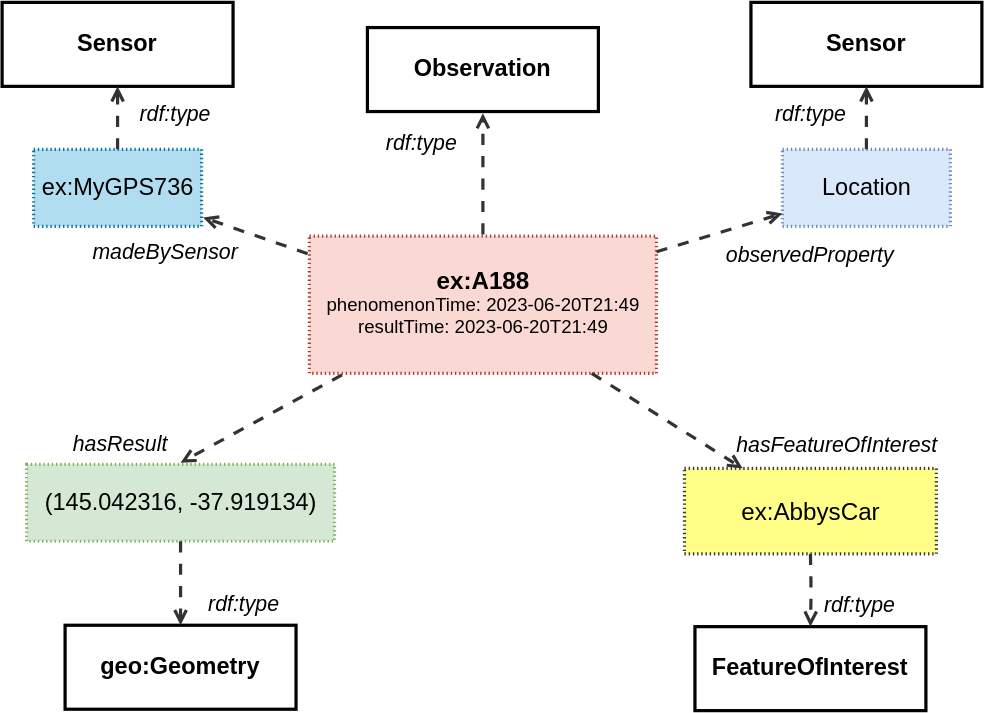
afeliachi/sdw-sosa-ssn keeps this draw.io diagram as ssn/images/GeometryResult.svg. Above is the earlier version. Source tidied: cells renumbered, new cells last; positions are measured from the earlier drawing's top-left corner, leaving out a move shared by most shapes.
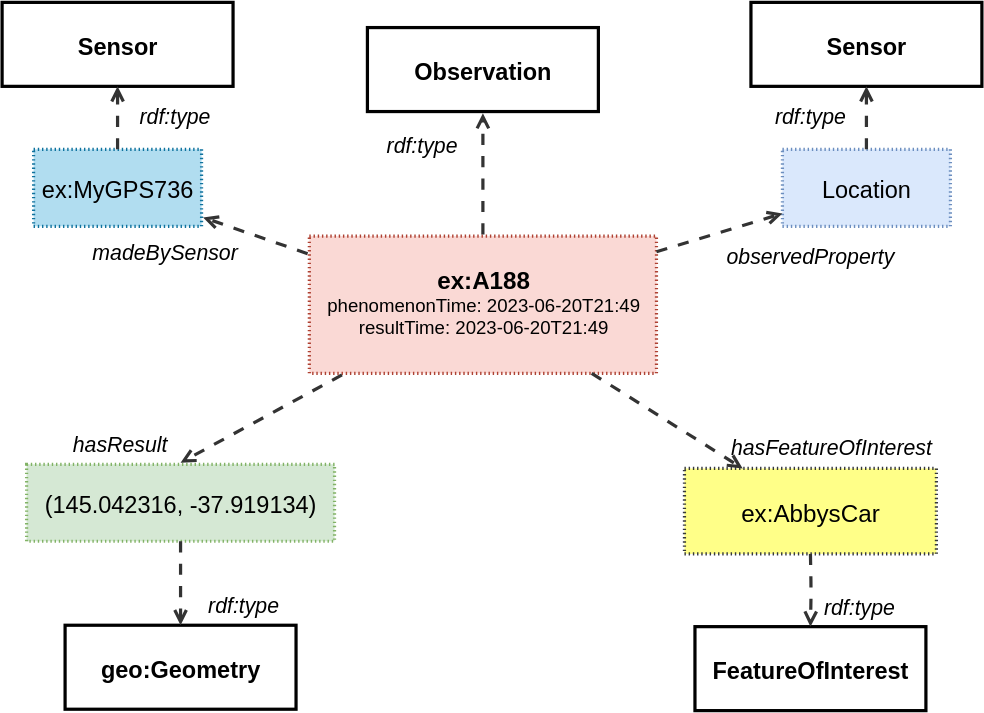
The same file after the commit.

The edit, as a diff of the source:
```diff
@@ -2,90 +2,90 @@
   <root>
     <mxCell id="0" />
     <mxCell id="1" parent="0" />
-    <mxCell id="2" value="&lt;b&gt;Observation&lt;/b&gt;" style="html=1;overflow=block;blockSpacing=1;whiteSpace=wrap;fontSize=16.8;align=center;spacing=0;strokeOpacity=100;fillColor=none;strokeWidth=2.3;" parent="1" vertex="1">
+    <mxCell id="2" value="&lt;b&gt;Observation&lt;/b&gt;" style="html=1;overflow=block;blockSpacing=1;whiteSpace=wrap;fontSize=16.8;align=center;spacing=0;strokeOpacity=100;fillColor=none;strokeWidth=2.3;fontColor=default;convertToSvg=1;" parent="1" vertex="1">
       <mxGeometry x="261" y="18" width="165" height="60" as="geometry" />
     </mxCell>
-    <mxCell id="3" value="&lt;div style=&quot;display: flex; justify-content: center; text-align: center; align-items: baseline; font-size: 0; line-height: 1.25;margin-top: -2px;&quot;&gt;&lt;span&gt;&lt;span style=&quot;font-size:17.3px;font-weight: bold;&quot;&gt;ex:A188&lt;br&gt;&lt;/span&gt;&lt;/span&gt;&lt;/div&gt;&lt;div style=&quot;display: flex; justify-content: center; text-align: center; align-items: baseline; font-size: 0; line-height: 1.25;margin-top: -2px;&quot;&gt;&lt;span&gt;&lt;span style=&quot;font-size:13.3px;&quot;&gt;phenomenonTime: 2023-06-20T21:49&lt;br&gt;resultTime: 2023-06-20T21:49&lt;/span&gt;&lt;/span&gt;&lt;/div&gt;" style="align=center;whiteSpace=wrap;overflow=block;blockSpacing=1;html=1;fontSize=13;spacing=0;strokeOpacity=100;fillOpacity=100;fillColor=#fad9d5;dashed=1;fixDash=1;dashPattern=1 2;strokeWidth=2.3;strokeColor=#ae4132;" parent="1" vertex="1">
+    <mxCell id="3" value="&lt;div style=&quot;display: flex; justify-content: center; text-align: center; align-items: baseline; font-size: 0; line-height: 1.25;margin-top: -2px;&quot;&gt;&lt;span&gt;&lt;span style=&quot;font-size:17.3px;font-weight: bold;&quot;&gt;ex:A188&lt;br&gt;&lt;/span&gt;&lt;/span&gt;&lt;/div&gt;&lt;div style=&quot;display: flex; justify-content: center; text-align: center; align-items: baseline; font-size: 0; line-height: 1.25;margin-top: -2px;&quot;&gt;&lt;span&gt;&lt;span style=&quot;font-size:13.3px;&quot;&gt;phenomenonTime: 2023-06-20T21:49&lt;br&gt;resultTime: 2023-06-20T21:49&lt;/span&gt;&lt;/span&gt;&lt;/div&gt;" style="align=center;whiteSpace=wrap;overflow=block;blockSpacing=1;html=1;fontSize=13;spacing=0;strokeOpacity=100;fillOpacity=100;fillColor=#fad9d5;dashed=1;fixDash=1;dashPattern=1 2;strokeWidth=2.3;strokeColor=#ae4132;fontColor=default;convertToSvg=1;" parent="1" vertex="1">
       <mxGeometry x="219.5" y="167" width="248" height="98" as="geometry" />
     </mxCell>
-    <mxCell id="4" style="html=1;jettySize=18;whiteSpace=wrap;fontSize=13;strokeColor=#333333;strokeOpacity=100;dashed=1;fixDash=1;dashPattern=8 8;strokeWidth=2.3;rounded=1;arcSize=24;edgeStyle=orthogonalEdgeStyle;startArrow=none;endArrow=open;exitX=0.5;exitY=-0.012;exitPerimeter=0;entryX=0.5;entryY=1.019;entryPerimeter=0;lucidId=Z~cNARtLXu1l;" parent="1" edge="1" source="3" target="2">
+    <mxCell id="4" style="html=1;jettySize=18;whiteSpace=wrap;fontSize=13;strokeColor=#333333;strokeOpacity=100;dashed=1;fixDash=1;dashPattern=8 8;strokeWidth=2.3;rounded=1;arcSize=24;edgeStyle=orthogonalEdgeStyle;startArrow=none;endArrow=open;exitX=0.5;exitY=-0.012;exitPerimeter=0;entryX=0.5;entryY=1.019;entryPerimeter=0;lucidId=Z~cNARtLXu1l;fontColor=default;convertToSvg=1;" parent="1" edge="1" source="3" target="2">
       <mxGeometry relative="1" as="geometry" />
     </mxCell>
-    <mxCell id="5" value="rdf:type" style="html=1;overflow=block;blockSpacing=1;whiteSpace=wrap;fontSize=15.2;fontStyle=2;align=center;spacing=0;strokeColor=none;strokeOpacity=100;fillOpacity=100;fillColor=none;strokeWidth=2.3;lucidId=.~cNctn8BtbW;" parent="1" vertex="1">
+    <mxCell id="5" value="rdf:type" style="html=1;overflow=block;blockSpacing=1;whiteSpace=wrap;fontSize=15.2;fontStyle=2;align=center;spacing=0;strokeColor=none;strokeOpacity=100;fillOpacity=100;fillColor=none;strokeWidth=2.3;lucidId=.~cNctn8BtbW;fontColor=default;convertToSvg=1;" parent="1" vertex="1">
       <mxGeometry x="265" y="86" width="70" height="30" as="geometry" />
     </mxCell>
-    <mxCell id="6" value="&lt;span style=&quot;font-weight: normal;&quot;&gt;Location&lt;/span&gt;" style="html=1;overflow=block;blockSpacing=1;whiteSpace=wrap;fontSize=16.8;fontStyle=1;align=center;spacing=0;strokeOpacity=100;fillColor=#dae8fc;dashed=1;fixDash=1;dashPattern=1 2;strokeWidth=2.3;strokeColor=#6c8ebf;" parent="1" vertex="1">
+    <mxCell id="6" value="&lt;span style=&quot;font-weight: normal;&quot;&gt;Location&lt;/span&gt;" style="html=1;overflow=block;blockSpacing=1;whiteSpace=wrap;fontSize=16.8;fontStyle=1;align=center;spacing=0;strokeOpacity=100;fillColor=#dae8fc;dashed=1;fixDash=1;dashPattern=1 2;strokeWidth=2.3;strokeColor=#6c8ebf;fontColor=default;convertToSvg=1;" parent="1" vertex="1">
       <mxGeometry x="557.5" y="105" width="120" height="55" as="geometry" />
     </mxCell>
-    <mxCell id="7" style="html=1;jettySize=18;whiteSpace=wrap;fontSize=13;strokeColor=#333333;strokeOpacity=100;dashed=1;fixDash=1;dashPattern=8 8;strokeWidth=2.3;rounded=0;startArrow=none;endArrow=open;lucidId=YWdNKsD~CTcH;" parent="1" edge="1" source="3" target="6">
+    <mxCell id="7" style="html=1;jettySize=18;whiteSpace=wrap;fontSize=13;strokeColor=#333333;strokeOpacity=100;dashed=1;fixDash=1;dashPattern=8 8;strokeWidth=2.3;rounded=0;startArrow=none;endArrow=open;lucidId=YWdNKsD~CTcH;fontColor=default;convertToSvg=1;" parent="1" edge="1" source="3" target="6">
       <mxGeometry relative="1" as="geometry" />
     </mxCell>
-    <mxCell id="8" value="observedProperty" style="html=1;overflow=block;blockSpacing=1;whiteSpace=wrap;fontSize=15.2;fontStyle=2;align=center;spacing=0;strokeColor=none;strokeOpacity=100;fillOpacity=100;fillColor=none;strokeWidth=2.3;lucidId=jXdNsMHZODJq;" parent="1" vertex="1">
+    <mxCell id="8" value="observedProperty" style="html=1;overflow=block;blockSpacing=1;whiteSpace=wrap;fontSize=15.2;fontStyle=2;align=center;spacing=0;strokeColor=none;strokeOpacity=100;fillOpacity=100;fillColor=none;strokeWidth=2.3;lucidId=jXdNsMHZODJq;fontColor=default;convertToSvg=1;" parent="1" vertex="1">
       <mxGeometry x="510" y="167" width="135" height="27" as="geometry" />
     </mxCell>
-    <mxCell id="9" value="&lt;span style=&quot;font-weight: normal;&quot;&gt;(145.042316, -37.919134)&lt;/span&gt;" style="html=1;overflow=block;blockSpacing=1;whiteSpace=wrap;fontSize=16.8;fontStyle=1;align=center;spacing=0;strokeOpacity=100;fillColor=#d5e8d4;dashed=1;fixDash=1;dashPattern=1 2;strokeWidth=2.3;strokeColor=#82b366;" parent="1" vertex="1">
+    <mxCell id="9" value="&lt;span style=&quot;font-weight: normal;&quot;&gt;(145.042316, -37.919134)&lt;/span&gt;" style="html=1;overflow=block;blockSpacing=1;whiteSpace=wrap;fontSize=16.8;fontStyle=1;align=center;spacing=0;strokeOpacity=100;fillColor=#d5e8d4;dashed=1;fixDash=1;dashPattern=1 2;strokeWidth=2.3;strokeColor=#82b366;fontColor=default;convertToSvg=1;" parent="1" vertex="1">
       <mxGeometry x="17.5" y="330" width="220" height="55" as="geometry" />
     </mxCell>
-    <mxCell id="10" style="html=1;jettySize=18;whiteSpace=wrap;fontSize=13;strokeColor=#333333;strokeOpacity=100;dashed=1;fixDash=1;dashPattern=8 8;strokeWidth=2.3;rounded=0;startArrow=none;endArrow=open;exitX=0.094;exitY=1.012;exitPerimeter=0;entryX=0.5;entryY=-0.021;entryPerimeter=0;lucidId=Q0dNHn4SuzQL;" parent="1" edge="1" source="3" target="9">
+    <mxCell id="10" style="html=1;jettySize=18;whiteSpace=wrap;fontSize=13;strokeColor=#333333;strokeOpacity=100;dashed=1;fixDash=1;dashPattern=8 8;strokeWidth=2.3;rounded=0;startArrow=none;endArrow=open;exitX=0.094;exitY=1.012;exitPerimeter=0;entryX=0.5;entryY=-0.021;entryPerimeter=0;lucidId=Q0dNHn4SuzQL;fontColor=default;convertToSvg=1;" parent="1" edge="1" source="3" target="9">
       <mxGeometry relative="1" as="geometry" />
     </mxCell>
-    <mxCell id="11" value="hasResult" style="html=1;overflow=block;blockSpacing=1;whiteSpace=wrap;fontSize=15.2;fontStyle=2;align=left;spacing=3.8;verticalAlign=top;strokeColor=none;fillOpacity=0;fillColor=#ffffff;dashed=1;fixDash=1;dashPattern=16 6;strokeWidth=0;lucidId=20dNfv0pUrqD;" parent="1" vertex="1">
+    <mxCell id="11" value="hasResult" style="html=1;overflow=block;blockSpacing=1;whiteSpace=wrap;fontSize=15.2;fontStyle=2;align=left;spacing=3.8;verticalAlign=top;strokeColor=none;fillOpacity=0;fillColor=#ffffff;dashed=1;fixDash=1;dashPattern=16 6;strokeWidth=0;lucidId=20dNfv0pUrqD;fontColor=default;convertToSvg=1;" parent="1" vertex="1">
       <mxGeometry x="47.5" y="304" width="111" height="26" as="geometry" />
     </mxCell>
-    <mxCell id="12" value="&lt;span style=&quot;font-weight: normal;&quot;&gt;ex:AbbysCar&lt;/span&gt;" style="html=1;overflow=block;blockSpacing=1;whiteSpace=wrap;fontSize=17.3;fontStyle=1;align=center;spacing=0;strokeOpacity=100;fillOpacity=100;fillColor=#ffff88;dashed=1;fixDash=1;dashPattern=1 2;strokeWidth=2.3;strokeColor=#36393d;" parent="1" vertex="1">
+    <mxCell id="12" value="&lt;span style=&quot;font-weight: normal;&quot;&gt;ex:AbbysCar&lt;/span&gt;" style="html=1;overflow=block;blockSpacing=1;whiteSpace=wrap;fontSize=17.3;fontStyle=1;align=center;spacing=0;strokeOpacity=100;fillOpacity=100;fillColor=#ffff88;dashed=1;fixDash=1;dashPattern=1 2;strokeWidth=2.3;strokeColor=#36393d;fontColor=default;convertToSvg=1;" parent="1" vertex="1">
       <mxGeometry x="487.5" y="333" width="180" height="61" as="geometry" />
     </mxCell>
-    <mxCell id="13" style="html=1;jettySize=18;whiteSpace=wrap;fontSize=13;strokeColor=#333333;strokeOpacity=100;dashed=1;fixDash=1;dashPattern=8 8;strokeWidth=2.3;rounded=0;startArrow=none;endArrow=open;lucidId=UqBQnlehNnxZ;" parent="1" edge="1" source="3" target="12">
+    <mxCell id="13" style="html=1;jettySize=18;whiteSpace=wrap;fontSize=13;strokeColor=#333333;strokeOpacity=100;dashed=1;fixDash=1;dashPattern=8 8;strokeWidth=2.3;rounded=0;startArrow=none;endArrow=open;lucidId=UqBQnlehNnxZ;fontColor=default;convertToSvg=1;" parent="1" edge="1" source="3" target="12">
       <mxGeometry relative="1" as="geometry" />
     </mxCell>
-    <mxCell id="14" value="hasFeatureOfInterest" style="html=1;overflow=block;blockSpacing=1;whiteSpace=wrap;fontSize=15.2;fontStyle=2;align=center;spacing=0;strokeColor=none;strokeOpacity=100;fillOpacity=100;fillColor=none;strokeWidth=2.3;lucidId=5qBQlPLvfrxZ;" parent="1" vertex="1">
+    <mxCell id="14" value="hasFeatureOfInterest" style="html=1;overflow=block;blockSpacing=1;whiteSpace=wrap;fontSize=15.2;fontStyle=2;align=center;spacing=0;strokeColor=none;strokeOpacity=100;fillOpacity=100;fillColor=none;strokeWidth=2.3;lucidId=5qBQlPLvfrxZ;fontColor=default;convertToSvg=1;" parent="1" vertex="1">
       <mxGeometry x="525" y="303" width="135" height="27" as="geometry" />
     </mxCell>
-    <mxCell id="15" value="&lt;span style=&quot;font-weight: normal;&quot;&gt;ex:MyGPS736&lt;/span&gt;" style="html=1;overflow=block;blockSpacing=1;whiteSpace=wrap;fontSize=16.8;fontStyle=1;align=center;spacing=0;strokeOpacity=100;fillOpacity=100;fillColor=#b1ddf0;dashed=1;fixDash=1;dashPattern=1 2;strokeWidth=2.3;strokeColor=#10739e;" parent="1" vertex="1">
+    <mxCell id="15" value="&lt;span style=&quot;font-weight: normal;&quot;&gt;ex:MyGPS736&lt;/span&gt;" style="html=1;overflow=block;blockSpacing=1;whiteSpace=wrap;fontSize=16.8;fontStyle=1;align=center;spacing=0;strokeOpacity=100;fillOpacity=100;fillColor=#b1ddf0;dashed=1;fixDash=1;dashPattern=1 2;strokeWidth=2.3;strokeColor=#10739e;fontColor=default;convertToSvg=1;" parent="1" vertex="1">
       <mxGeometry x="22.5" y="105" width="120" height="55" as="geometry" />
     </mxCell>
-    <mxCell id="16" style="html=1;jettySize=18;whiteSpace=wrap;fontSize=13;strokeColor=#333333;strokeOpacity=100;dashed=1;fixDash=1;dashPattern=8 8;strokeWidth=2.3;rounded=0;startArrow=none;endArrow=open;exitX=-0.005;exitY=0.128;exitPerimeter=0;entryX=1.009;entryY=0.884;entryPerimeter=0;lucidId=xQgvdxiTHCOQ;" parent="1" edge="1" source="3" target="15">
+    <mxCell id="16" style="html=1;jettySize=18;whiteSpace=wrap;fontSize=13;strokeColor=#333333;strokeOpacity=100;dashed=1;fixDash=1;dashPattern=8 8;strokeWidth=2.3;rounded=0;startArrow=none;endArrow=open;exitX=-0.005;exitY=0.128;exitPerimeter=0;entryX=1.009;entryY=0.884;entryPerimeter=0;lucidId=xQgvdxiTHCOQ;fontColor=default;convertToSvg=1;" parent="1" edge="1" source="3" target="15">
       <mxGeometry relative="1" as="geometry" />
     </mxCell>
-    <mxCell id="17" value="madeBySensor" style="html=1;overflow=block;blockSpacing=1;whiteSpace=wrap;fontSize=15.2;fontStyle=2;align=left;spacing=3.8;verticalAlign=top;strokeColor=none;fillOpacity=0;fillColor=#ffffff;dashed=1;fixDash=1;dashPattern=16 6;strokeWidth=0;lucidId=RQgvaJlh.XSx;" parent="1" vertex="1">
+    <mxCell id="17" value="madeBySensor" style="html=1;overflow=block;blockSpacing=1;whiteSpace=wrap;fontSize=15.2;fontStyle=2;align=left;spacing=3.8;verticalAlign=top;strokeColor=none;fillOpacity=0;fillColor=#ffffff;dashed=1;fixDash=1;dashPattern=16 6;strokeWidth=0;lucidId=RQgvaJlh.XSx;fontColor=default;convertToSvg=1;" parent="1" vertex="1">
       <mxGeometry x="61.5" y="167" width="111" height="28" as="geometry" />
     </mxCell>
-    <mxCell id="18" value="&lt;b&gt;geo:Geometry&lt;/b&gt;" style="html=1;overflow=block;blockSpacing=1;whiteSpace=wrap;fontSize=16.8;align=center;spacing=0;strokeOpacity=100;fillColor=none;strokeWidth=2.3;" parent="1" vertex="1">
+    <mxCell id="18" value="&lt;b&gt;geo:Geometry&lt;/b&gt;" style="html=1;overflow=block;blockSpacing=1;whiteSpace=wrap;fontSize=16.8;align=center;spacing=0;strokeOpacity=100;fillColor=none;strokeWidth=2.3;fontColor=default;convertToSvg=1;" parent="1" vertex="1">
       <mxGeometry x="45" y="445" width="165" height="60" as="geometry" />
     </mxCell>
-    <mxCell id="19" style="html=1;jettySize=18;whiteSpace=wrap;fontSize=13;strokeColor=#333333;strokeOpacity=100;dashed=1;fixDash=1;dashPattern=8 8;strokeWidth=2.3;rounded=1;arcSize=24;edgeStyle=orthogonalEdgeStyle;startArrow=none;endArrow=open;lucidId=Z~cNARtLXu1l;" parent="1" edge="1" source="9" target="18">
+    <mxCell id="19" style="html=1;jettySize=18;whiteSpace=wrap;fontSize=13;strokeColor=#333333;strokeOpacity=100;dashed=1;fixDash=1;dashPattern=8 8;strokeWidth=2.3;rounded=1;arcSize=24;edgeStyle=orthogonalEdgeStyle;startArrow=none;endArrow=open;lucidId=Z~cNARtLXu1l;fontColor=default;convertToSvg=1;" parent="1" edge="1" source="9" target="18">
       <mxGeometry relative="1" as="geometry" />
     </mxCell>
-    <mxCell id="20" value="rdf:type" style="html=1;overflow=block;blockSpacing=1;whiteSpace=wrap;fontSize=15.2;fontStyle=2;align=center;spacing=0;strokeColor=none;strokeOpacity=100;fillOpacity=100;fillColor=none;strokeWidth=2.3;lucidId=.~cNctn8BtbW;" parent="1" vertex="1">
+    <mxCell id="20" value="rdf:type" style="html=1;overflow=block;blockSpacing=1;whiteSpace=wrap;fontSize=15.2;fontStyle=2;align=center;spacing=0;strokeColor=none;strokeOpacity=100;fillOpacity=100;fillColor=none;strokeWidth=2.3;lucidId=.~cNctn8BtbW;fontColor=default;convertToSvg=1;" parent="1" vertex="1">
       <mxGeometry x="137.5" y="415" width="70" height="30" as="geometry" />
     </mxCell>
-    <mxCell id="21" value="&lt;b&gt;Sensor&lt;/b&gt;" style="html=1;overflow=block;blockSpacing=1;whiteSpace=wrap;fontSize=16.8;align=center;spacing=0;strokeOpacity=100;fillColor=none;strokeWidth=2.3;" parent="1" vertex="1">
+    <mxCell id="21" value="&lt;b&gt;Sensor&lt;/b&gt;" style="html=1;overflow=block;blockSpacing=1;whiteSpace=wrap;fontSize=16.8;align=center;spacing=0;strokeOpacity=100;fillColor=none;strokeWidth=2.3;fontColor=default;convertToSvg=1;" parent="1" vertex="1">
       <mxGeometry width="165" height="60" as="geometry" />
     </mxCell>
-    <mxCell id="22" style="html=1;jettySize=18;whiteSpace=wrap;fontSize=13;strokeColor=#333333;strokeOpacity=100;dashed=1;fixDash=1;dashPattern=8 8;strokeWidth=2.3;rounded=1;arcSize=24;edgeStyle=orthogonalEdgeStyle;startArrow=none;endArrow=open;lucidId=Z~cNARtLXu1l;" parent="1" edge="1" source="15" target="21">
+    <mxCell id="22" style="html=1;jettySize=18;whiteSpace=wrap;fontSize=13;strokeColor=#333333;strokeOpacity=100;dashed=1;fixDash=1;dashPattern=8 8;strokeWidth=2.3;rounded=1;arcSize=24;edgeStyle=orthogonalEdgeStyle;startArrow=none;endArrow=open;lucidId=Z~cNARtLXu1l;fontColor=default;convertToSvg=1;" parent="1" edge="1" source="15" target="21">
       <mxGeometry relative="1" as="geometry" />
     </mxCell>
-    <mxCell id="23" value="rdf:type" style="html=1;overflow=block;blockSpacing=1;whiteSpace=wrap;fontSize=15.2;fontStyle=2;align=center;spacing=0;strokeColor=none;strokeOpacity=100;fillOpacity=100;fillColor=none;strokeWidth=2.3;lucidId=.~cNctn8BtbW;" parent="1" vertex="1">
+    <mxCell id="23" value="rdf:type" style="html=1;overflow=block;blockSpacing=1;whiteSpace=wrap;fontSize=15.2;fontStyle=2;align=center;spacing=0;strokeColor=none;strokeOpacity=100;fillOpacity=100;fillColor=none;strokeWidth=2.3;lucidId=.~cNctn8BtbW;fontColor=default;convertToSvg=1;" parent="1" vertex="1">
       <mxGeometry x="88.5" y="65" width="70" height="30" as="geometry" />
     </mxCell>
-    <mxCell id="24" value="&lt;b&gt;Sensor&lt;/b&gt;" style="html=1;overflow=block;blockSpacing=1;whiteSpace=wrap;fontSize=16.8;align=center;spacing=0;strokeOpacity=100;fillColor=none;strokeWidth=2.3;" parent="1" vertex="1">
+    <mxCell id="24" value="&lt;b&gt;Sensor&lt;/b&gt;" style="html=1;overflow=block;blockSpacing=1;whiteSpace=wrap;fontSize=16.8;align=center;spacing=0;strokeOpacity=100;fillColor=none;strokeWidth=2.3;fontColor=default;convertToSvg=1;" parent="1" vertex="1">
       <mxGeometry x="535" width="165" height="60" as="geometry" />
     </mxCell>
-    <mxCell id="25" style="html=1;jettySize=18;whiteSpace=wrap;fontSize=13;strokeColor=#333333;strokeOpacity=100;dashed=1;fixDash=1;dashPattern=8 8;strokeWidth=2.3;rounded=1;arcSize=24;edgeStyle=orthogonalEdgeStyle;startArrow=none;endArrow=open;lucidId=Z~cNARtLXu1l;" parent="1" edge="1" source="6" target="24">
+    <mxCell id="25" style="html=1;jettySize=18;whiteSpace=wrap;fontSize=13;strokeColor=#333333;strokeOpacity=100;dashed=1;fixDash=1;dashPattern=8 8;strokeWidth=2.3;rounded=1;arcSize=24;edgeStyle=orthogonalEdgeStyle;startArrow=none;endArrow=open;lucidId=Z~cNARtLXu1l;fontColor=default;convertToSvg=1;" parent="1" edge="1" source="6" target="24">
       <mxGeometry relative="1" as="geometry" />
     </mxCell>
-    <mxCell id="26" value="rdf:type" style="html=1;overflow=block;blockSpacing=1;whiteSpace=wrap;fontSize=15.2;fontStyle=2;align=center;spacing=0;strokeColor=none;strokeOpacity=100;fillOpacity=100;fillColor=none;strokeWidth=2.3;lucidId=.~cNctn8BtbW;" parent="1" vertex="1">
+    <mxCell id="26" value="rdf:type" style="html=1;overflow=block;blockSpacing=1;whiteSpace=wrap;fontSize=15.2;fontStyle=2;align=center;spacing=0;strokeColor=none;strokeOpacity=100;fillOpacity=100;fillColor=none;strokeWidth=2.3;lucidId=.~cNctn8BtbW;fontColor=default;convertToSvg=1;" parent="1" vertex="1">
       <mxGeometry x="542.5" y="65" width="70" height="30" as="geometry" />
     </mxCell>
-    <mxCell id="27" value="&lt;b&gt;FeatureOfInterest&lt;/b&gt;" style="html=1;overflow=block;blockSpacing=1;whiteSpace=wrap;fontSize=16.8;align=center;spacing=0;strokeOpacity=100;fillColor=none;strokeWidth=2.3;" parent="1" vertex="1">
+    <mxCell id="27" value="&lt;b&gt;FeatureOfInterest&lt;/b&gt;" style="html=1;overflow=block;blockSpacing=1;whiteSpace=wrap;fontSize=16.8;align=center;spacing=0;strokeOpacity=100;fillColor=none;strokeWidth=2.3;fontColor=default;convertToSvg=1;" parent="1" vertex="1">
       <mxGeometry x="495" y="446" width="165" height="60" as="geometry" />
     </mxCell>
-    <mxCell id="28" style="html=1;jettySize=18;whiteSpace=wrap;fontSize=13;strokeColor=#333333;strokeOpacity=100;dashed=1;fixDash=1;dashPattern=8 8;strokeWidth=2.3;rounded=1;arcSize=24;edgeStyle=orthogonalEdgeStyle;startArrow=none;endArrow=open;lucidId=Z~cNARtLXu1l;" parent="1" edge="1" target="27">
+    <mxCell id="28" style="html=1;jettySize=18;whiteSpace=wrap;fontSize=13;strokeColor=#333333;strokeOpacity=100;dashed=1;fixDash=1;dashPattern=8 8;strokeWidth=2.3;rounded=1;arcSize=24;edgeStyle=orthogonalEdgeStyle;startArrow=none;endArrow=open;lucidId=Z~cNARtLXu1l;fontColor=default;convertToSvg=1;" parent="1" edge="1" target="27">
       <mxGeometry relative="1" as="geometry">
         <mxPoint x="577.5" y="394" as="sourcePoint" />
       </mxGeometry>
     </mxCell>
-    <mxCell id="29" value="rdf:type" style="html=1;overflow=block;blockSpacing=1;whiteSpace=wrap;fontSize=15.2;fontStyle=2;align=center;spacing=0;strokeColor=none;strokeOpacity=100;fillOpacity=100;fillColor=none;strokeWidth=2.3;lucidId=.~cNctn8BtbW;" parent="1" vertex="1">
+    <mxCell id="29" value="rdf:type" style="html=1;overflow=block;blockSpacing=1;whiteSpace=wrap;fontSize=15.2;fontStyle=2;align=center;spacing=0;strokeColor=none;strokeOpacity=100;fillOpacity=100;fillColor=none;strokeWidth=2.3;lucidId=.~cNctn8BtbW;fontColor=default;convertToSvg=1;" parent="1" vertex="1">
       <mxGeometry x="577.5" y="416" width="70" height="30" as="geometry" />
     </mxCell>
   </root>
```
